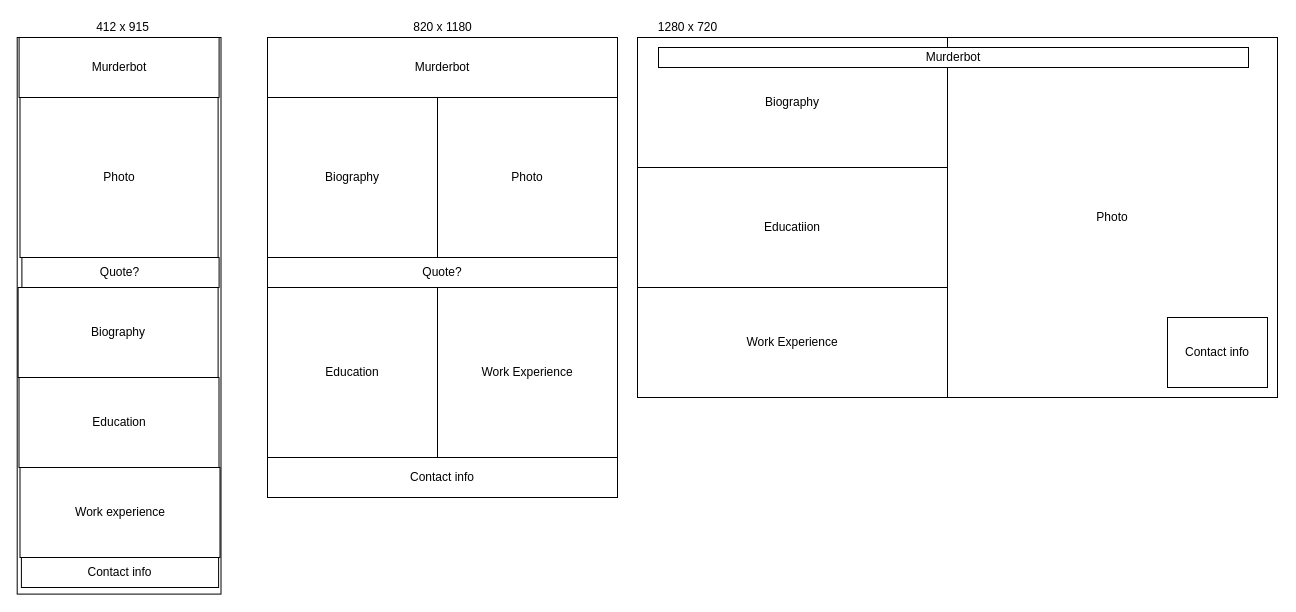
This is trainingApp.drawio from TheWombatKonrad/TrainingApp, a draw.io file, before an edit. Source tidied: cells renumbered, new cells numbered last; positions are measured from the earlier drawing's top-left corner, leaving out a move shared by most shapes. Both pictures are drawn from the tidied source at 100%, with x=0, y=0 at pixel (-160, 17).
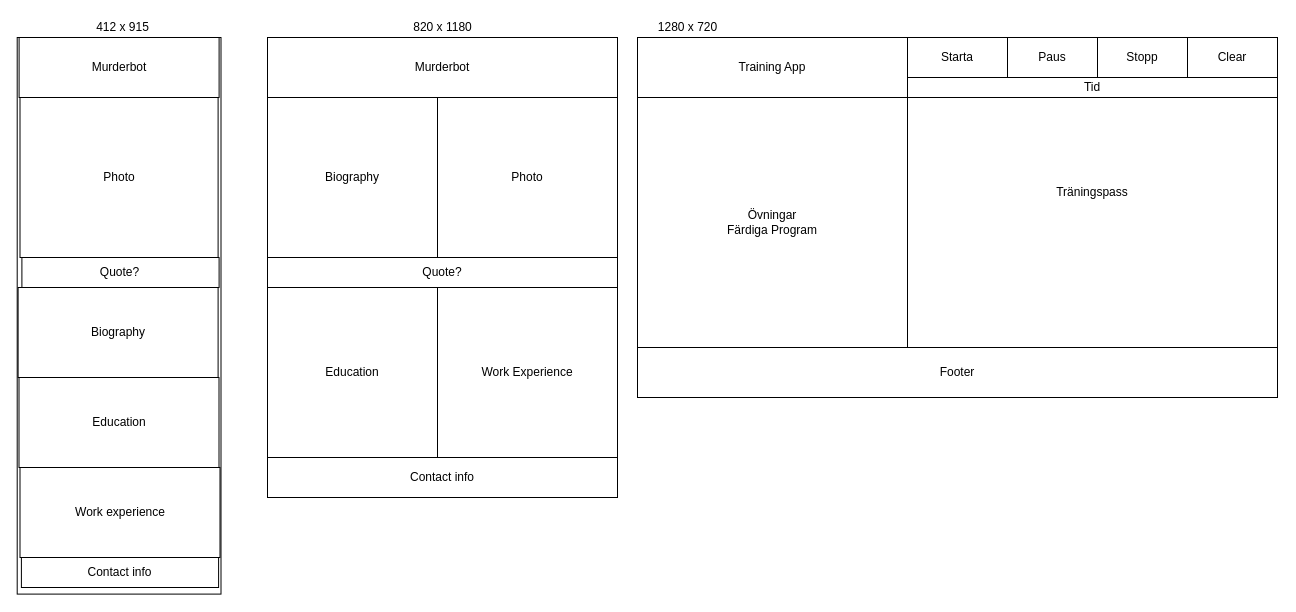
The same diagram, later.

Diff of the diagram source:
```diff
@@
-    <mxCell id="16" value="Biography" style="rounded=0;whiteSpace=wrap;html=1;" parent="1" vertex="1">
-      <mxGeometry x="797" y="20" width="310" height="130" as="geometry" />
+    <mxCell id="16" value="Training App" style="rounded=0;whiteSpace=wrap;html=1;" parent="1" vertex="1">
+      <mxGeometry x="797" y="20" width="270" height="60" as="geometry" />
     </mxCell>
@@
-    <mxCell id="26" value="Photo" style="rounded=0;whiteSpace=wrap;html=1;" parent="1" vertex="1">
-      <mxGeometry x="1107" y="20" width="330" height="360" as="geometry" />
+    <mxCell id="26" value="Träningspass" style="rounded=0;whiteSpace=wrap;html=1;" parent="1" vertex="1">
+      <mxGeometry x="1067" y="20" width="370" height="310" as="geometry" />
     </mxCell>
-    <mxCell id="27" value="Educatiion" style="rounded=0;whiteSpace=wrap;html=1;" parent="1" vertex="1">
-      <mxGeometry x="797" y="150" width="310" height="120" as="geometry" />
-    </mxCell>
-    <mxCell id="28" value="Contact info&lt;br&gt;" style="rounded=0;whiteSpace=wrap;html=1;" parent="1" vertex="1">
-      <mxGeometry x="1327" y="300" width="100" height="70" as="geometry" />
-    </mxCell>
-    <mxCell id="29" value="Work Experience" style="rounded=0;whiteSpace=wrap;html=1;" parent="1" vertex="1">
-      <mxGeometry x="797" y="270" width="310" height="110" as="geometry" />
+    <mxCell id="29" value="Övningar&lt;br&gt;Färdiga Program" style="rounded=0;whiteSpace=wrap;html=1;" parent="1" vertex="1">
+      <mxGeometry x="797" y="80" width="270" height="250" as="geometry" />
     </mxCell>
-    <mxCell id="30" value="Murderbot" style="rounded=0;whiteSpace=wrap;html=1;" parent="1" vertex="1">
-      <mxGeometry x="818" y="30" width="590" height="20" as="geometry" />
-    </mxCell>
+    <mxCell id="31" value="Footer" style="rounded=0;whiteSpace=wrap;html=1;" parent="1" vertex="1">
+      <mxGeometry x="797" y="330" width="640" height="50" as="geometry" />
+    </mxCell>
+    <mxCell id="32" value="Starta" style="rounded=0;whiteSpace=wrap;html=1;" parent="1" vertex="1">
+      <mxGeometry x="1067" y="20" width="100" height="40" as="geometry" />
+    </mxCell>
+    <mxCell id="33" value="Paus" style="rounded=0;whiteSpace=wrap;html=1;" parent="1" vertex="1">
+      <mxGeometry x="1167" y="20" width="90" height="40" as="geometry" />
+    </mxCell>
+    <mxCell id="34" value="Stopp" style="rounded=0;whiteSpace=wrap;html=1;" parent="1" vertex="1">
+      <mxGeometry x="1257" y="20" width="90" height="40" as="geometry" />
+    </mxCell>
+    <mxCell id="35" value="Clear" style="rounded=0;whiteSpace=wrap;html=1;" parent="1" vertex="1">
+      <mxGeometry x="1347" y="20" width="90" height="40" as="geometry" />
+    </mxCell>
+    <mxCell id="36" value="Tid" style="rounded=0;whiteSpace=wrap;html=1;" parent="1" vertex="1">
+      <mxGeometry x="1067" y="60" width="370" height="20" as="geometry" />
+    </mxCell>
```
